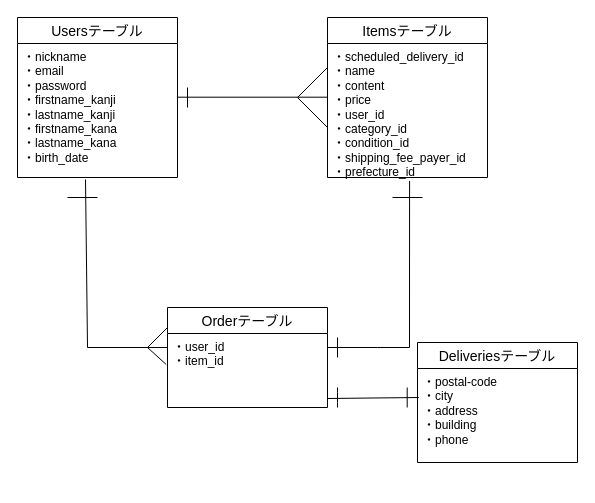
This is ER.dio from yuyarooneytrigger13/furima-46826, a draw.io file, before an edit. Source tidied: cells renumbered, new cells numbered last; positions are measured from the earlier drawing's top-left corner, leaving out a move shared by most shapes. Both pictures are drawn from the tidied source at 100%, with x=0, y=0 at pixel (17, 17).
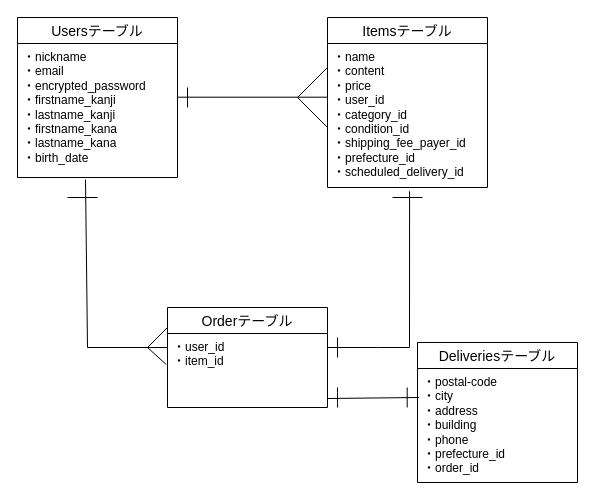
The same page after the edit.

The change refers to these unchanged cells:
```xml
<mxCell id="4" value="Usersテーブル" style="swimlane;fontStyle=0;horizontal=1;startSize=26;align=center;fontSize=14;" parent="1" vertex="1">
  <mxGeometry width="160" height="160" as="geometry" />
</mxCell>
```

Change to the diagram source:
```diff
@@
     <mxCell id="2" value="Itemsテーブル" style="swimlane;fontStyle=0;horizontal=1;startSize=26;align=center;fontSize=14;" parent="1" vertex="1">
-      <mxGeometry x="310" width="160" height="160" as="geometry" />
+      <mxGeometry x="310" width="160" height="170" as="geometry" />
     </mxCell>
-    <mxCell id="3" value="・scheduled_delivery_id&lt;br&gt;&lt;div&gt;&lt;font color=&quot;#000000&quot;&gt;・name&lt;/font&gt;&lt;/div&gt;&lt;div&gt;&lt;font color=&quot;#000000&quot;&gt;・content&lt;/font&gt;&lt;/div&gt;&lt;div&gt;&lt;font color=&quot;#000000&quot;&gt;・price&lt;/font&gt;&lt;/div&gt;&lt;div&gt;&lt;font color=&quot;#000000&quot;&gt;・user_id&lt;/font&gt;&lt;/div&gt;&lt;div&gt;&lt;font color=&quot;#000000&quot;&gt;・category_id&lt;/font&gt;&lt;/div&gt;&lt;div&gt;&lt;font color=&quot;#000000&quot;&gt;・condition_id&lt;/font&gt;&lt;/div&gt;&lt;div&gt;&lt;font color=&quot;#000000&quot;&gt;・shipping_fee_payer_id&lt;/font&gt;&lt;/div&gt;&lt;div&gt;&lt;font color=&quot;#000000&quot;&gt;・prefecture_id&lt;/font&gt;&lt;/div&gt;" style="text;strokeColor=none;fillColor=none;spacingLeft=4;spacingRight=4;overflow=hidden;points=[[0,0.5],[1,0.5]];portConstraint=eastwest;fontSize=12;whiteSpace=wrap;html=1;" parent="2" vertex="1">
-      <mxGeometry y="26" width="160" height="134" as="geometry" />
+    <mxCell id="3" value="&lt;div&gt;&lt;font color=&quot;#000000&quot;&gt;・name&lt;/font&gt;&lt;/div&gt;&lt;div&gt;&lt;font color=&quot;#000000&quot;&gt;・content&lt;/font&gt;&lt;/div&gt;&lt;div&gt;&lt;font color=&quot;#000000&quot;&gt;・price&lt;/font&gt;&lt;/div&gt;&lt;div&gt;&lt;font color=&quot;#000000&quot;&gt;・user_id&lt;/font&gt;&lt;/div&gt;&lt;div&gt;&lt;font color=&quot;#000000&quot;&gt;・category_id&lt;/font&gt;&lt;/div&gt;&lt;div&gt;&lt;font color=&quot;#000000&quot;&gt;・condition_id&lt;/font&gt;&lt;/div&gt;&lt;div&gt;&lt;font color=&quot;#000000&quot;&gt;・shipping_fee_payer_id&lt;/font&gt;&lt;/div&gt;&lt;div&gt;&lt;font color=&quot;#000000&quot;&gt;・prefecture_id&lt;/font&gt;&lt;/div&gt;&lt;div&gt;&lt;font color=&quot;#000000&quot;&gt;・&lt;/font&gt;&lt;span style=&quot;color: rgb(0, 0, 0); background-color: transparent;&quot;&gt;scheduled_delivery_id&lt;/span&gt;&lt;/div&gt;" style="text;strokeColor=none;fillColor=none;spacingLeft=4;spacingRight=4;overflow=hidden;points=[[0,0.5],[1,0.5]];portConstraint=eastwest;fontSize=12;whiteSpace=wrap;html=1;" parent="2" vertex="1">
+      <mxGeometry y="26" width="160" height="144" as="geometry" />
     </mxCell>
@@
-    <mxCell id="5" value="・nickname&lt;div&gt;・email&lt;/div&gt;&lt;div&gt;・password&lt;/div&gt;&lt;div&gt;・firstname_kanji&lt;/div&gt;&lt;div&gt;・lastname_kanji&lt;/div&gt;&lt;div&gt;・firstname_kana&lt;/div&gt;&lt;div&gt;・lastname_kana&lt;/div&gt;&lt;div&gt;・birth_date&lt;/div&gt;&lt;div&gt;&lt;br&gt;&lt;/div&gt;" style="text;strokeColor=none;fillColor=none;spacingLeft=4;spacingRight=4;overflow=hidden;fontSize=12;whiteSpace=wrap;html=1;" parent="4" vertex="1">
+    <mxCell id="5" value="・nickname&lt;div&gt;・email&lt;/div&gt;&lt;div&gt;・encrypted_password&lt;/div&gt;&lt;div&gt;・firstname_kanji&lt;/div&gt;&lt;div&gt;・lastname_kanji&lt;/div&gt;&lt;div&gt;・firstname_kana&lt;/div&gt;&lt;div&gt;・lastname_kana&lt;/div&gt;&lt;div&gt;・birth_date&lt;/div&gt;&lt;div&gt;&lt;br&gt;&lt;/div&gt;" style="text;strokeColor=none;fillColor=none;spacingLeft=4;spacingRight=4;overflow=hidden;fontSize=12;whiteSpace=wrap;html=1;" parent="4" vertex="1">
       <mxGeometry y="26" width="160" height="134" as="geometry" />
     </mxCell>
     <mxCell id="6" value="Deliveriesテーブル" style="swimlane;fontStyle=0;horizontal=1;startSize=26;align=center;fontSize=14;" parent="1" vertex="1">
-      <mxGeometry x="400" y="325" width="160" height="120" as="geometry" />
+      <mxGeometry x="400" y="325" width="160" height="140" as="geometry" />
     </mxCell>
-    <mxCell id="7" value="・postal-code&lt;div&gt;・city&lt;/div&gt;&lt;div&gt;・address&lt;/div&gt;&lt;div&gt;・building&lt;/div&gt;&lt;div&gt;・phone&lt;/div&gt;&lt;div&gt;&lt;br&gt;&lt;/div&gt;&lt;div&gt;&lt;br&gt;&lt;/div&gt;" style="text;strokeColor=none;fillColor=none;spacingLeft=4;spacingRight=4;overflow=hidden;fontSize=12;whiteSpace=wrap;html=1;" parent="6" vertex="1">
-      <mxGeometry y="26" width="160" height="94" as="geometry" />
+    <mxCell id="7" value="・postal-code&lt;div&gt;・city&lt;/div&gt;&lt;div&gt;・address&lt;/div&gt;&lt;div&gt;・building&lt;/div&gt;&lt;div&gt;・phone&lt;/div&gt;&lt;div&gt;・prefecture_id&lt;/div&gt;&lt;div&gt;・order_id&lt;/div&gt;&lt;div&gt;&lt;br&gt;&lt;/div&gt;&lt;div&gt;&lt;br&gt;&lt;/div&gt;" style="text;strokeColor=none;fillColor=none;spacingLeft=4;spacingRight=4;overflow=hidden;fontSize=12;whiteSpace=wrap;html=1;" parent="6" vertex="1">
+      <mxGeometry y="26" width="160" height="114" as="geometry" />
     </mxCell>
```
